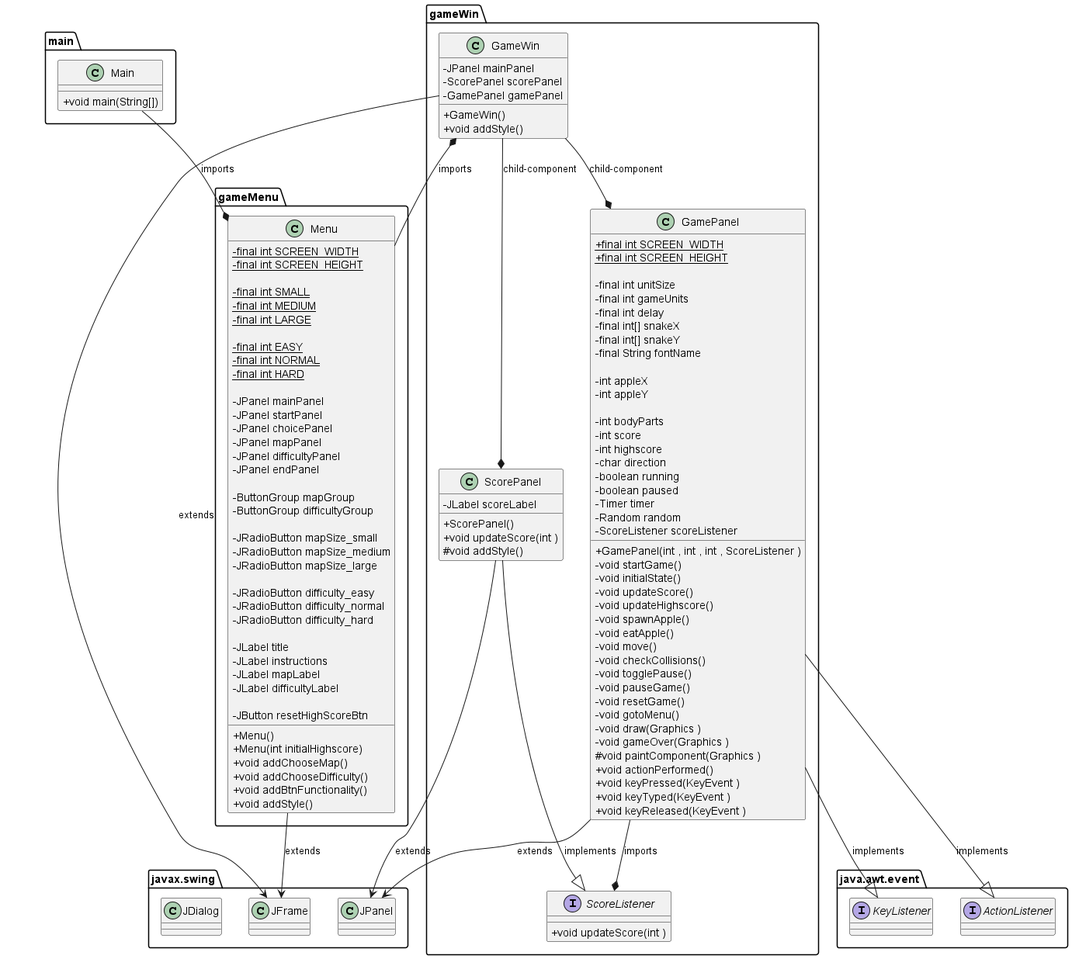
ShaheerSharif/snake-game-4th-sem keeps this PlantUML diagram as docs/png/gameClassDiagram.png. Above is the earlier version.
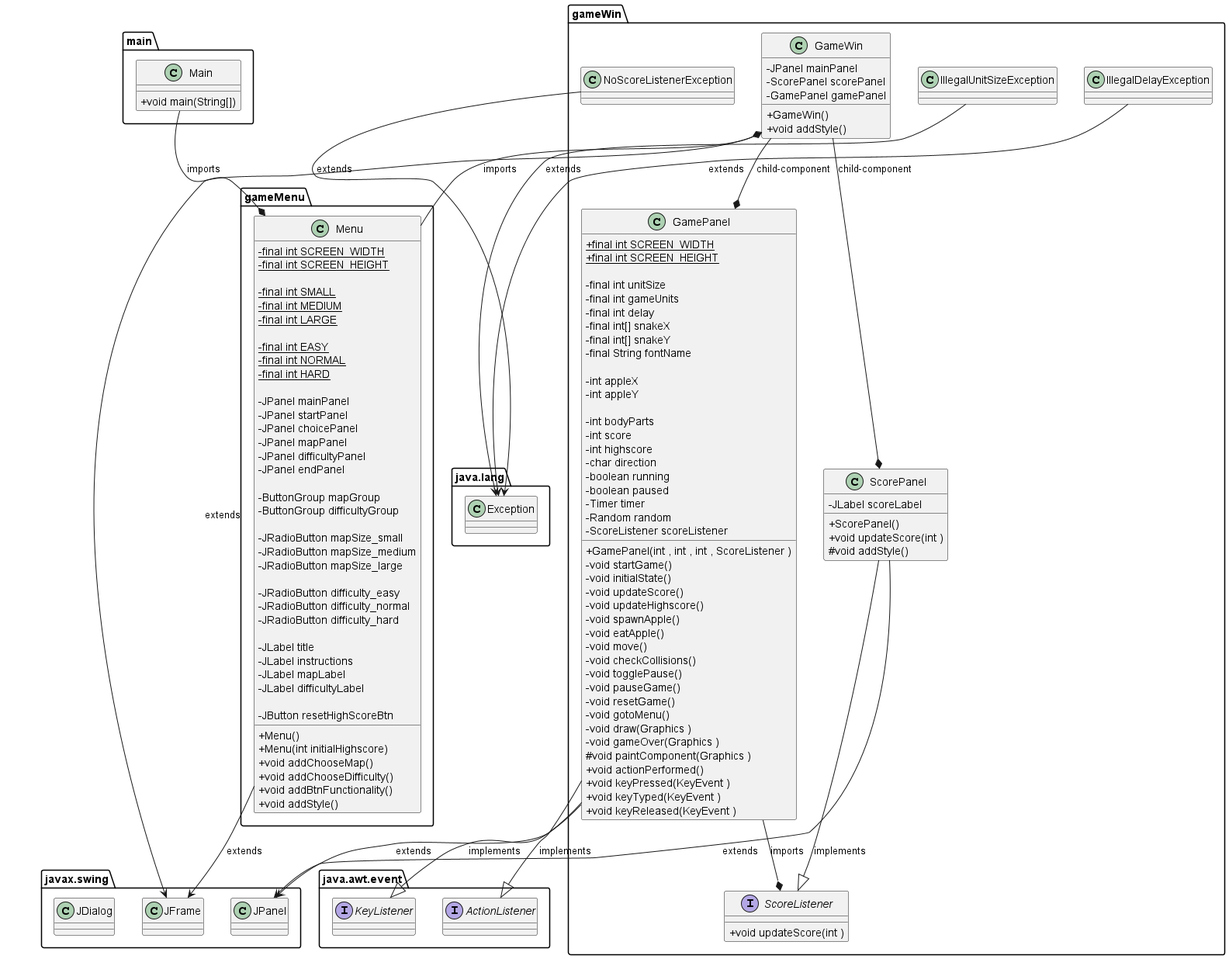
After the change.

Diff of the diagram source:
```diff
@@ -1,6 +1,10 @@
 @startuml gameClassDiagram
 
     skinparam classAttributeIconSize 0
+
+    gameWin.IllegalUnitSizeException --> java.lang.Exception : extends
+    gameWin.IllegalDelayException --> java.lang.Exception : extends
+    gameWin.NoScoreListenerException --> java.lang.Exception : extends
 
     gameMenu.Menu --> javax.swing.JFrame : extends
     gameWin.GameWin --> javax.swing.JFrame : extends
@@ -27,6 +31,9 @@
     }
 
     package gameWin {
+        class gameWin.IllegalUnitSizeException
+        class gameWin.IllegalDelayException
+        class gameWin.NoScoreListenerException
         class gameWin.GameWin
         class gameWin.GamePanel
         class gameWin.ScorePanel
@@ -43,6 +50,10 @@
     package java.awt.event {
         interface java.awt.event.KeyListener
         interface java.awt.event.ActionListener
+    }
+
+    package java.lang {
+        class Exception
     }
 
     class main.Main {
```
